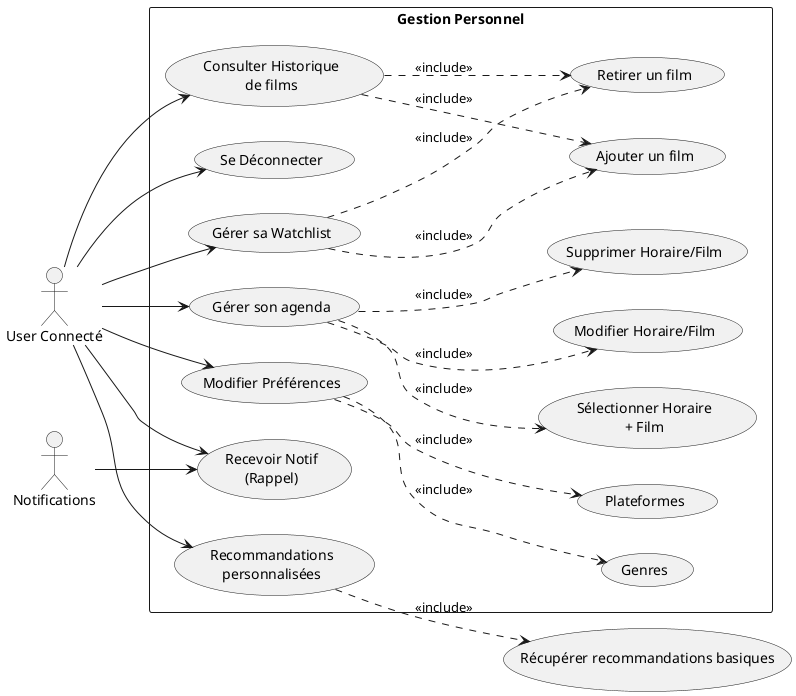
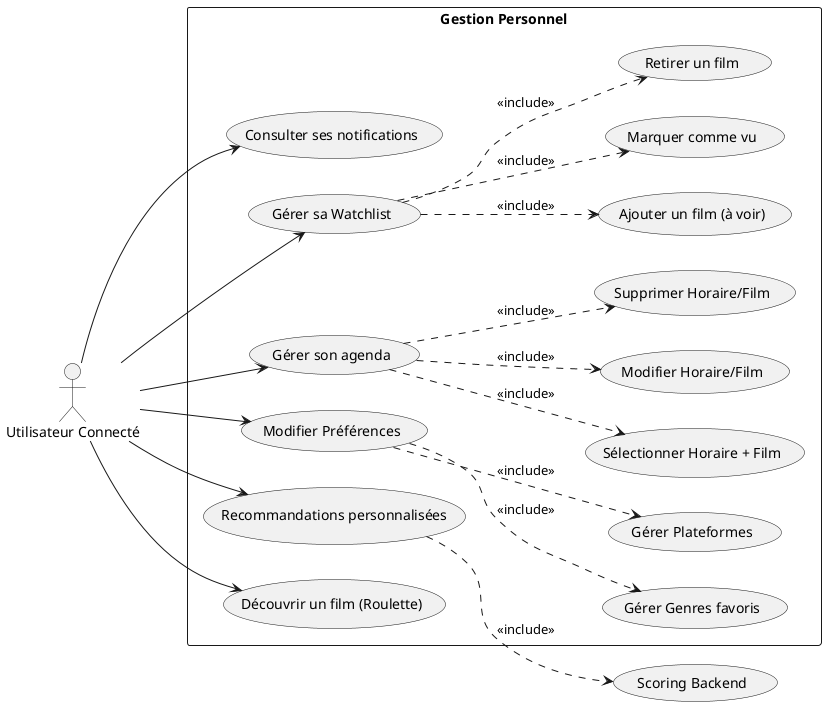
@startuml
left to right direction
skinparam packageStyle rectangle

- actor "User Connecté" as User
- actor "Notifications" as Notif
+ actor "Utilisateur Connecté" as User

package "Gestion Personnel" {
-     usecase "Recevoir Notif\n(Rappel)" as UC_Notif
-     usecase "Consulter Historique\nde films" as UC_History
-     usecase "Se Déconnecter" as UC_Logout
+     usecase "Consulter ses notifications" as UC_NotifView

    usecase "Gérer sa Watchlist" as UC_Watchlist
-     usecase "Ajouter un film" as UC_AddFilm
+     usecase "Ajouter un film (à voir)" as UC_AddFilm
+     usecase "Marquer comme vu" as UC_MarkWatched
    usecase "Retirer un film" as UC_RemoveFilm

    usecase "Gérer son agenda" as UC_Agenda
-     usecase "Sélectionner Horaire\n+ Film" as UC_AddAgenda
+     usecase "Sélectionner Horaire + Film" as UC_AddAgenda
    usecase "Modifier Horaire/Film" as UC_ModAgenda
    usecase "Supprimer Horaire/Film" as UC_DelAgenda

    usecase "Modifier Préférences" as UC_Prefs
-     usecase "Genres" as UC_PrefGenres
-     usecase "Plateformes" as UC_PrefPlats
+     usecase "Gérer Genres favoris" as UC_PrefGenres
+     usecase "Gérer Plateformes" as UC_PrefPlats

-     usecase "Recommandations\npersonnalisées" as UC_Reco
+     usecase "Recommandations personnalisées" as UC_Reco
+     usecase "Découvrir un film (Roulette)" as UC_Roulette
}

- usecase "Récupérer recommandations basiques" as UC_RecBasics
+ usecase "Scoring Backend" as UC_ScoreBackend

- User --> UC_History
- User --> UC_Logout
User --> UC_Watchlist
User --> UC_Agenda
User --> UC_Prefs
User --> UC_Reco
- User --> UC_Notif
- 
- Notif --> UC_Notif
- 
- UC_History ..> UC_AddFilm : <<include>>
- UC_History ..> UC_RemoveFilm : <<include>>
+ User --> UC_NotifView
+ User --> UC_Roulette

UC_Watchlist ..> UC_AddFilm : <<include>>
+ UC_Watchlist ..> UC_MarkWatched : <<include>>
UC_Watchlist ..> UC_RemoveFilm : <<include>>

UC_Agenda ..> UC_AddAgenda : <<include>>
UC_Agenda ..> UC_ModAgenda : <<include>>
UC_Agenda ..> UC_DelAgenda : <<include>>

UC_Prefs ..> UC_PrefGenres : <<include>>
UC_Prefs ..> UC_PrefPlats : <<include>>

- UC_Reco ..> UC_RecBasics : <<include>>
+ UC_Reco ..> UC_ScoreBackend : <<include>>

@enduml
